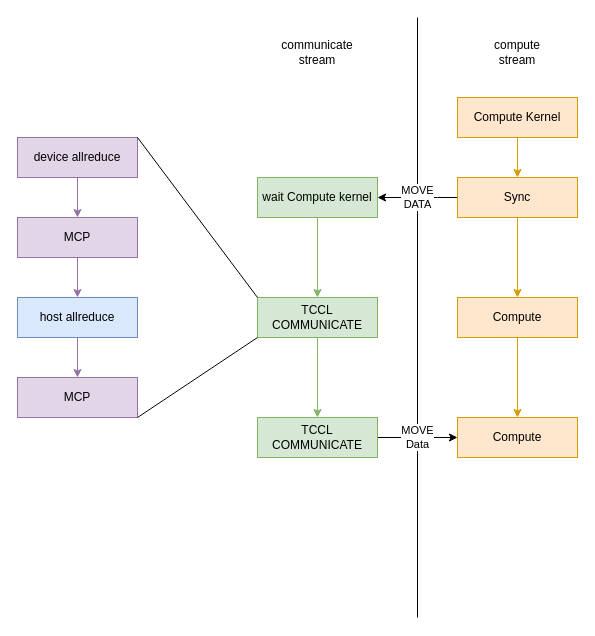
This is sdaalaunchhost.drawio from BEYHHH/SBLP, a draw.io file, before an edit. Source tidied: cells renumbered, new cells numbered last; positions are measured from the earlier drawing's top-left corner, leaving out a move shared by most shapes. Both pictures are drawn from the tidied source at 100%, with x=0, y=0 at pixel (17, 17).
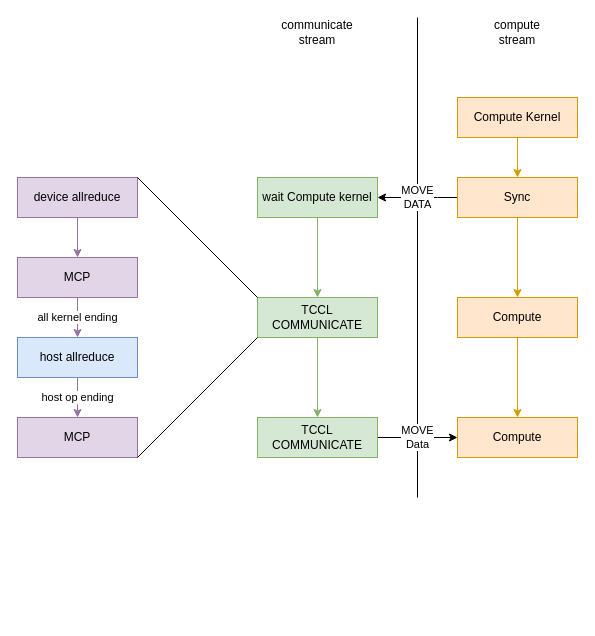
After the change.

Change to the diagram source:
```diff
@@
     <mxCell id="6" style="endArrow=none;html=1;rounded=0;" parent="1" edge="1">
       <mxGeometry relative="1" as="geometry">
-        <mxPoint x="400" y="600" as="sourcePoint" />
+        <mxPoint x="400" y="480" as="sourcePoint" />
         <mxPoint x="400" as="targetPoint" />
       </mxGeometry>
     </mxCell>
@@
     <mxCell id="17" value="communicate&lt;br&gt;stream" style="text;html=1;strokeColor=none;fillColor=none;align=center;verticalAlign=middle;whiteSpace=wrap;rounded=0;" parent="1" vertex="1">
-      <mxGeometry x="270" y="20" width="60" height="30" as="geometry" />
+      <mxGeometry x="270" width="60" height="30" as="geometry" />
     </mxCell>
     <mxCell id="18" value="compute&lt;br&gt;stream" style="text;html=1;strokeColor=none;fillColor=none;align=center;verticalAlign=middle;whiteSpace=wrap;rounded=0;" parent="1" vertex="1">
-      <mxGeometry x="470" y="20" width="60" height="30" as="geometry" />
+      <mxGeometry x="470" width="60" height="30" as="geometry" />
     </mxCell>
@@
     <mxCell id="20" value="device allreduce" style="rounded=0;whiteSpace=wrap;html=1;fillColor=#e1d5e7;strokeColor=#9673a6;" parent="1" vertex="1">
-      <mxGeometry y="120" width="120" height="40" as="geometry" />
+      <mxGeometry y="160" width="120" height="40" as="geometry" />
     </mxCell>
-    <mxCell id="21" style="edgeStyle=orthogonalEdgeStyle;rounded=0;jettySize=auto;html=1;fillColor=#e1d5e7;strokeColor=#9673a6;" parent="1" edge="1" source="22" target="24">
+    <mxCell id="21" value="all kernel ending" style="edgeStyle=orthogonalEdgeStyle;rounded=0;jettySize=auto;html=1;fillColor=#e1d5e7;strokeColor=#9673a6;" parent="1" edge="1" source="22" target="24">
       <mxGeometry relative="1" as="geometry" />
     </mxCell>
     <mxCell id="22" value="MCP" style="rounded=0;whiteSpace=wrap;html=1;fillColor=#e1d5e7;strokeColor=#9673a6;" parent="1" vertex="1">
-      <mxGeometry y="200" width="120" height="40" as="geometry" />
+      <mxGeometry y="240" width="120" height="40" as="geometry" />
     </mxCell>
-    <mxCell id="23" style="edgeStyle=orthogonalEdgeStyle;rounded=0;jettySize=auto;html=1;fillColor=#e1d5e7;strokeColor=#9673a6;" parent="1" edge="1" source="24" target="25">
-      <mxGeometry relative="1" as="geometry" />
+    <mxCell id="23" value="host op ending" style="edgeStyle=orthogonalEdgeStyle;rounded=0;jettySize=auto;html=1;fillColor=#e1d5e7;strokeColor=#9673a6;" parent="1" edge="1" source="24" target="25">
+      <mxGeometry relative="1" as="geometry">
+        <Array as="points">
+          <mxPoint x="60" y="380" />
+          <mxPoint x="60" y="380" />
+        </Array>
+      </mxGeometry>
     </mxCell>
     <mxCell id="24" value="host allreduce" style="rounded=0;whiteSpace=wrap;html=1;fillColor=#dae8fc;strokeColor=#6c8ebf;" parent="1" vertex="1">
-      <mxGeometry y="280" width="120" height="40" as="geometry" />
+      <mxGeometry y="320" width="120" height="40" as="geometry" />
     </mxCell>
     <mxCell id="25" value="MCP" style="rounded=0;whiteSpace=wrap;html=1;fillColor=#e1d5e7;strokeColor=#9673a6;" parent="1" vertex="1">
-      <mxGeometry y="360" width="120" height="40" as="geometry" />
+      <mxGeometry y="400" width="120" height="40" as="geometry" />
     </mxCell>
```
